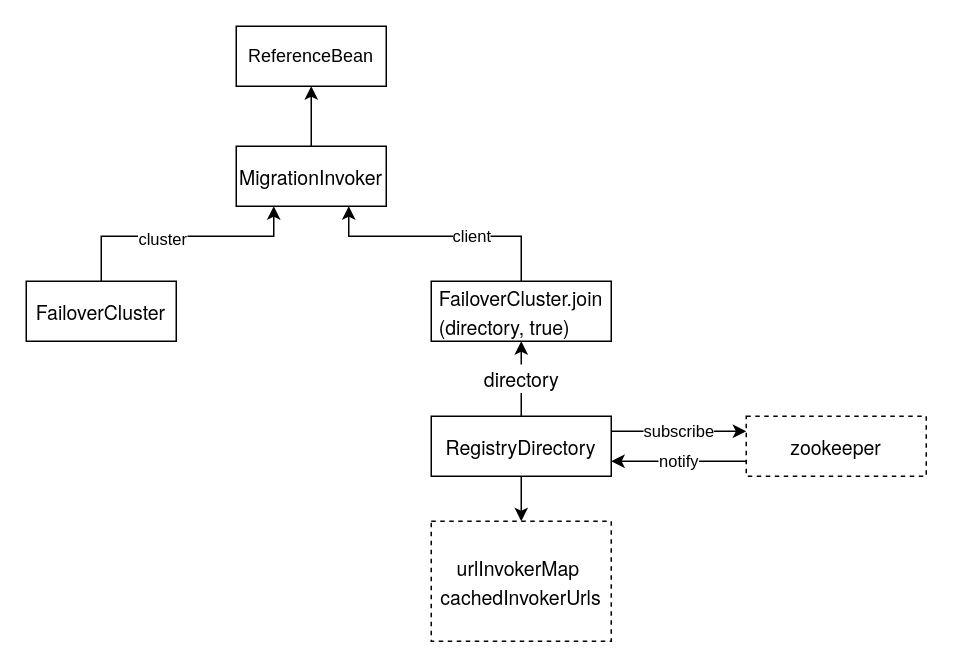
Before: 未命名绘图.drawio in zhaoxiangchun/myMarkdownImg, a draw.io diagram. Source tidied: cells renumbered, new cells numbered last; positions are measured from the earlier drawing's top-left corner, leaving out a move shared by most shapes. Both pictures are drawn from the tidied source at 150%, with x=0, y=0 at pixel (26, 26).
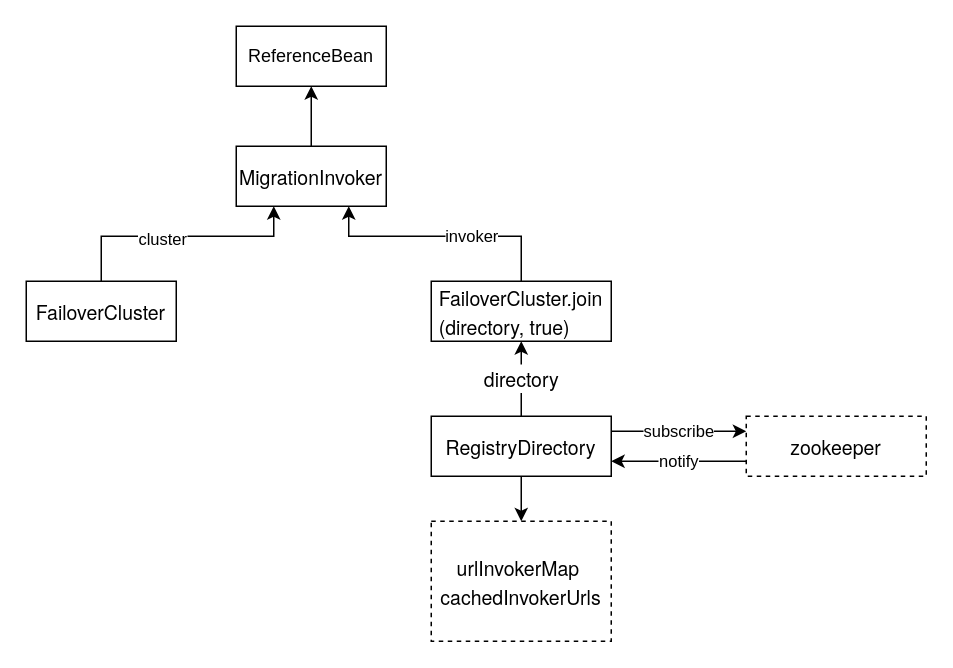
Above is the later version.

Unchanged cells that the change refers to:
```xml
<mxCell id="4" value="&lt;pre style=&quot;color: rgb(171, 178, 191); font-family: &amp;quot;Droid Sans Mono&amp;quot;, monospace; font-size: 12pt;&quot;&gt;&lt;p style=&quot;margin: 0px; font-variant-numeric: normal; font-variant-east-asian: normal; font-variant-alternates: normal; font-kerning: auto; font-optical-sizing: auto; font-feature-settings: normal; font-variation-settings: normal; font-stretch: normal; font-size: 13px; line-height: normal; font-family: &amp;quot;Helvetica Neue&amp;quot;; color: rgb(0, 0, 0); text-align: start;&quot; class=&quot;p1&quot;&gt;MigrationInvoker&lt;/p&gt;&lt;/pre&gt;" style="whiteSpace=wrap;html=1;align=center;" parent="1" vertex="1">
  <mxGeometry x="140" y="80" width="100" height="40" as="geometry" />
</mxCell>
<mxCell id="9" value="&lt;pre style=&quot;font-family: &amp;quot;Droid Sans Mono&amp;quot;, monospace; font-size: 12pt;&quot;&gt;&lt;pre style=&quot;font-family: &amp;quot;Droid Sans Mono&amp;quot;, monospace; font-size: 12pt;&quot;&gt;&lt;p style=&quot;margin: 0px; font-variant-numeric: normal; font-variant-east-asian: normal; font-variant-alternates: normal; font-kerning: auto; font-optical-sizing: auto; font-feature-settings: normal; font-variation-settings: normal; font-stretch: normal; font-size: 13px; line-height: normal; font-family: &amp;quot;Helvetica Neue&amp;quot;; text-align: start;&quot; class=&quot;p1&quot;&gt;FailoverCluster.join&lt;/p&gt;&lt;p style=&quot;margin: 0px; font-variant-numeric: normal; font-variant-east-asian: normal; font-variant-alternates: normal; font-kerning: auto; font-optical-sizing: auto; font-feature-settings: normal; font-variation-settings: normal; font-stretch: normal; font-size: 13px; line-height: normal; font-family: &amp;quot;Helvetica Neue&amp;quot;; text-align: start;&quot; class=&quot;p1&quot;&gt;(directory, true)&lt;/p&gt;&lt;/pre&gt;&lt;/pre&gt;" style="whiteSpace=wrap;html=1;align=center;" parent="1" vertex="1">
  <mxGeometry x="270" y="170" width="120" height="40" as="geometry" />
</mxCell>
```

Diff of the diagram source:
```diff
@@
-    <mxCell id="8" value="client" style="edgeStyle=orthogonalEdgeStyle;rounded=0;jettySize=auto;html=1;exitX=0.5;exitY=0;exitDx=0;exitDy=0;entryX=0.75;entryY=1;entryDx=0;entryDy=0;" parent="1" edge="1" source="9" target="4">
+    <mxCell id="8" value="invoker" style="edgeStyle=orthogonalEdgeStyle;rounded=0;jettySize=auto;html=1;exitX=0.5;exitY=0;exitDx=0;exitDy=0;entryX=0.75;entryY=1;entryDx=0;entryDy=0;" parent="1" edge="1" source="9" target="4">
       <mxGeometry relative="1" as="geometry">
         <Array as="points">
           <mxPoint x="330" y="190" />
           <mxPoint x="330" y="140" />
           <mxPoint x="215" y="140" />
         </Array>
       </mxGeometry>
     </mxCell>
```
